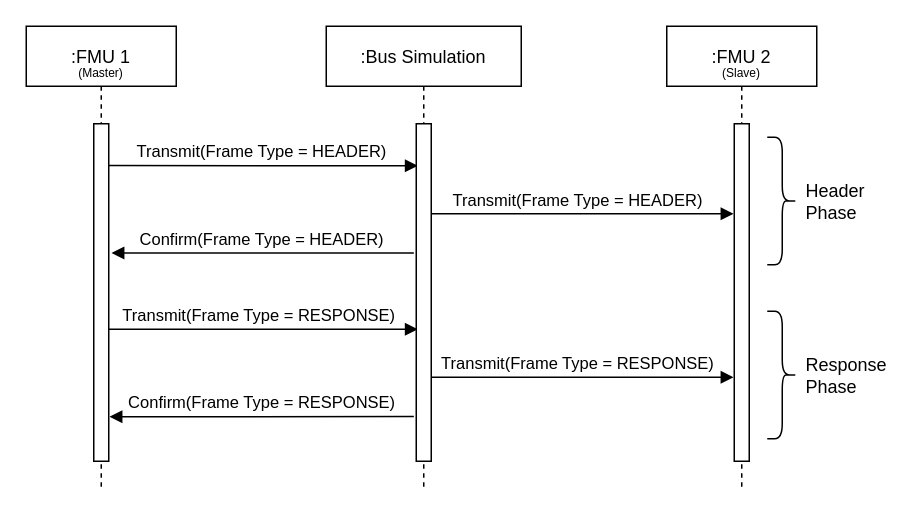
modelica/fmi-ls-bus keeps this draw.io diagram as docs/images/lin_confirmation_with_bus_simulation_fmu.drawio. Above is the earlier version. Source tidied: cells renumbered, new cells numbered last; positions are measured from the earlier drawing's top-left corner, leaving out a move shared by most shapes. Both pictures are drawn from the tidied source at 150%, with x=0, y=0 at pixel (26, 26).
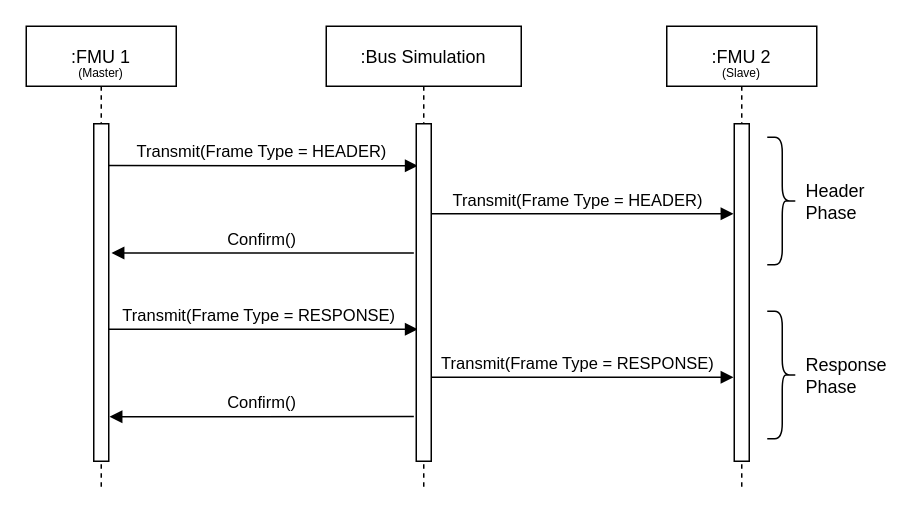
Above is the later version.

Unchanged cells that the change refers to:
```xml
<mxCell id="6" style="points=[];perimeter=orthogonalPerimeter;rounded=0;shadow=0;strokeWidth=1;" parent="4" vertex="1">
  <mxGeometry x="45" y="65" width="10" height="225" as="geometry" />
</mxCell>
```

Diff of the diagram source:
```diff
@@
-    <mxCell id="16" value="Confirm(Frame Type = HEADER)" style="verticalAlign=bottom;endArrow=block;shadow=0;strokeWidth=1;exitX=-0.16;exitY=0.729;exitDx=0;exitDy=0;exitPerimeter=0;entryX=1.184;entryY=0.383;entryDx=0;entryDy=0;entryPerimeter=0;" parent="1" edge="1" target="6">
+    <mxCell id="16" value="Confirm()" style="verticalAlign=bottom;endArrow=block;shadow=0;strokeWidth=1;exitX=-0.16;exitY=0.729;exitDx=0;exitDy=0;exitPerimeter=0;entryX=1.184;entryY=0.383;entryDx=0;entryDy=0;entryPerimeter=0;" parent="1" edge="1" target="6">
       <mxGeometry relative="1" as="geometry">
         <mxPoint x="258.4" y="151.2" as="sourcePoint" />
       </mxGeometry>
     </mxCell>
-    <mxCell id="17" value="Confirm(Frame Type = RESPONSE)" style="verticalAlign=bottom;endArrow=block;shadow=0;strokeWidth=1;exitX=-0.16;exitY=0.729;exitDx=0;exitDy=0;exitPerimeter=0;entryX=1.052;entryY=0.868;entryDx=0;entryDy=0;entryPerimeter=0;" parent="1" edge="1" target="6">
+    <mxCell id="17" value="Confirm()" style="verticalAlign=bottom;endArrow=block;shadow=0;strokeWidth=1;exitX=-0.16;exitY=0.729;exitDx=0;exitDy=0;exitPerimeter=0;entryX=1.052;entryY=0.868;entryDx=0;entryDy=0;entryPerimeter=0;" parent="1" edge="1" target="6">
       <mxGeometry relative="1" as="geometry">
         <mxPoint x="258.4" y="260.2" as="sourcePoint" />
       </mxGeometry>
     </mxCell>
```
